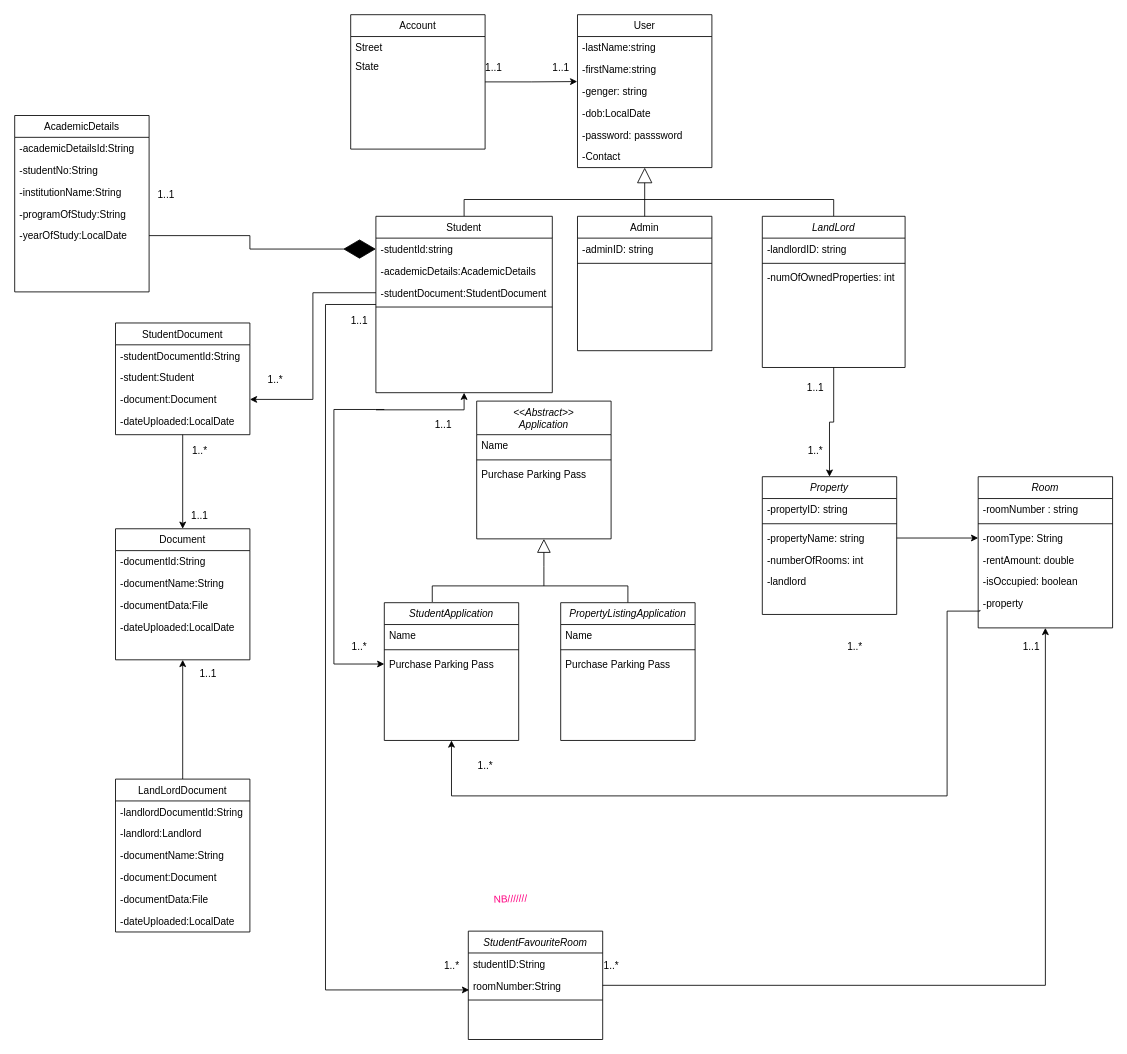
This is UMLDiagram.drawio from SETHU60/cput_accomodation_application, a draw.io file, before an edit. Source tidied: cells renumbered, new cells numbered last; positions are measured from the earlier drawing's top-left corner, leaving out a move shared by most shapes. Both pictures are drawn from the tidied source at 84%, with x=0, y=0 at pixel (14, 14).
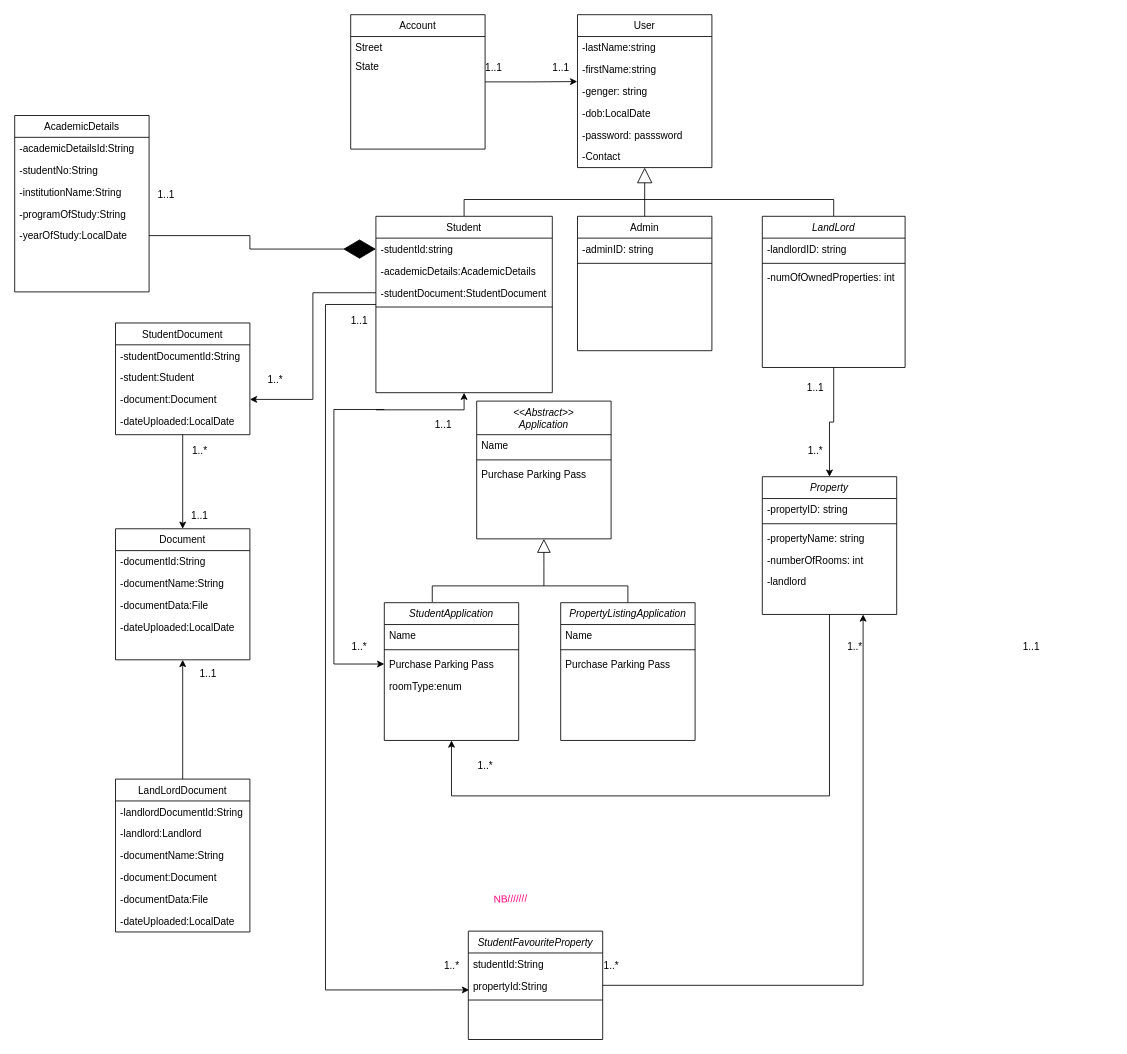
The same page after the edit.

Unchanged cells that the change refers to:
```xml
<mxCell id="18" value="StudentApplication" style="swimlane;fontStyle=2;align=center;verticalAlign=top;horizontal=1;startSize=26;rounded=0;shadow=0;strokeWidth=1;" parent="1" vertex="1">
  <mxGeometry x="440" y="700" width="160" height="164" as="geometry" />
</mxCell>
<mxCell id="26" value="Property" style="swimlane;fontStyle=2;align=center;verticalAlign=top;horizontal=1;startSize=26;rounded=0;shadow=0;strokeWidth=1;" parent="1" vertex="1">
  <mxGeometry x="890" y="550" width="160" height="164" as="geometry" />
</mxCell>
<mxCell id="29" value="-propertyName: string" style="text;align=left;verticalAlign=top;spacingLeft=4;spacingRight=4;overflow=hidden;points=[[0,0.5],[1,0.5]];portConstraint=eastwest;" parent="26" vertex="1">
  <mxGeometry y="60" width="160" height="26" as="geometry" />
</mxCell>
```

Change to the diagram source:
```diff
@@
-    <mxCell id="17" style="edgeStyle=orthogonalEdgeStyle;rounded=0;jettySize=auto;html=1;entryX=0.013;entryY=0.795;entryDx=0;entryDy=0;endArrow=none;endFill=0;startArrow=classic;startFill=1;entryPerimeter=0;" parent="1" edge="1" source="18" target="59">
+    <mxCell id="17" style="edgeStyle=orthogonalEdgeStyle;rounded=0;jettySize=auto;html=1;entryX=0.5;entryY=1;entryDx=0;entryDy=0;endArrow=none;endFill=0;startArrow=classic;startFill=1;" parent="1" edge="1" source="18" target="26">
       <mxGeometry relative="1" as="geometry">
         <Array as="points">
           <mxPoint x="520" y="930" />
-          <mxPoint x="1110" y="930" />
-          <mxPoint x="1110" y="710" />
-          <mxPoint x="1149" y="710" />
+          <mxPoint x="970" y="930" />
         </Array>
       </mxGeometry>
     </mxCell>
@@
+    <mxCell id="110" value="roomType:enum" style="text;align=left;verticalAlign=top;spacingLeft=4;spacingRight=4;overflow=hidden;" parent="18" vertex="1">
+      <mxGeometry y="86" width="160" height="26" as="geometry" />
+    </mxCell>
@@
-    <mxCell id="53" value="Room" style="swimlane;fontStyle=2;align=center;verticalAlign=top;horizontal=1;startSize=26;rounded=0;shadow=0;strokeWidth=1;" parent="1" vertex="1">
-      <mxGeometry x="1147" y="550" width="160" height="180" as="geometry" />
-    </mxCell>
-    <mxCell id="54" value="-roomNumber : string" style="text;align=left;verticalAlign=top;spacingLeft=4;spacingRight=4;overflow=hidden;" parent="53" vertex="1">
-      <mxGeometry y="26" width="160" height="26" as="geometry" />
-    </mxCell>
-    <mxCell id="55" style="line;html=1;strokeWidth=1;align=left;verticalAlign=middle;spacingTop=-1;spacingLeft=3;spacingRight=3;labelPosition=right;" parent="53" vertex="1">
-      <mxGeometry y="52" width="160" height="8" as="geometry" />
-    </mxCell>
-    <mxCell id="56" value="-roomType: String" style="text;align=left;verticalAlign=top;spacingLeft=4;spacingRight=4;overflow=hidden;points=[[0,0.5],[1,0.5]];portConstraint=eastwest;" parent="53" vertex="1">
-      <mxGeometry y="60" width="160" height="26" as="geometry" />
-    </mxCell>
-    <mxCell id="57" value="-rentAmount: double" style="text;align=left;verticalAlign=top;spacingLeft=4;spacingRight=4;overflow=hidden;" parent="53" vertex="1">
-      <mxGeometry y="86" width="160" height="26" as="geometry" />
-    </mxCell>
-    <mxCell id="58" value="-isOccupied: boolean" style="text;align=left;verticalAlign=top;spacingLeft=4;spacingRight=4;overflow=hidden;" parent="53" vertex="1">
-      <mxGeometry y="112" width="160" height="26" as="geometry" />
-    </mxCell>
-    <mxCell id="59" value="-property" style="text;align=left;verticalAlign=top;spacingLeft=4;spacingRight=4;overflow=hidden;points=[[0,0.5],[1,0.5]];portConstraint=eastwest;" parent="53" vertex="1">
-      <mxGeometry y="138" width="160" height="26" as="geometry" />
-    </mxCell>
@@
-    <mxCell id="61" style="edgeStyle=orthogonalEdgeStyle;rounded=0;jettySize=auto;html=1;entryX=0;entryY=0.5;entryDx=0;entryDy=0;" parent="1" edge="1" source="29" target="56">
-      <mxGeometry relative="1" as="geometry" />
-    </mxCell>
@@
-    <mxCell id="99" style="edgeStyle=orthogonalEdgeStyle;rounded=0;jettySize=auto;html=1;entryX=0.5;entryY=1;entryDx=0;entryDy=0;" parent="1" edge="1" source="100" target="53">
+    <mxCell id="99" style="edgeStyle=orthogonalEdgeStyle;rounded=0;jettySize=auto;html=1;entryX=0.75;entryY=1;entryDx=0;entryDy=0;" parent="1" edge="1" source="100" target="26">
       <mxGeometry relative="1" as="geometry" />
     </mxCell>
-    <mxCell id="100" value="StudentFavouriteRoom" style="swimlane;fontStyle=2;align=center;verticalAlign=top;horizontal=1;startSize=26;rounded=0;shadow=0;strokeWidth=1;" parent="1" vertex="1">
+    <mxCell id="100" value="StudentFavouriteProperty" style="swimlane;fontStyle=2;align=center;verticalAlign=top;horizontal=1;startSize=26;rounded=0;shadow=0;strokeWidth=1;" parent="1" vertex="1">
       <mxGeometry x="540" y="1091" width="160" height="129" as="geometry" />
     </mxCell>
-    <mxCell id="101" value="studentID:String" style="text;align=left;verticalAlign=top;spacingLeft=4;spacingRight=4;overflow=hidden;" parent="100" vertex="1">
+    <mxCell id="101" value="studentId:String" style="text;align=left;verticalAlign=top;spacingLeft=4;spacingRight=4;overflow=hidden;" parent="100" vertex="1">
       <mxGeometry y="26" width="160" height="26" as="geometry" />
     </mxCell>
-    <mxCell id="102" value="roomNumber:String" style="text;align=left;verticalAlign=top;spacingLeft=4;spacingRight=4;overflow=hidden;points=[[0,0.5],[1,0.5]];portConstraint=eastwest;" parent="100" vertex="1">
+    <mxCell id="102" value="propertyId:String" style="text;align=left;verticalAlign=top;spacingLeft=4;spacingRight=4;overflow=hidden;points=[[0,0.5],[1,0.5]];portConstraint=eastwest;" parent="100" vertex="1">
       <mxGeometry y="52" width="160" height="26" as="geometry" />
     </mxCell>
```
